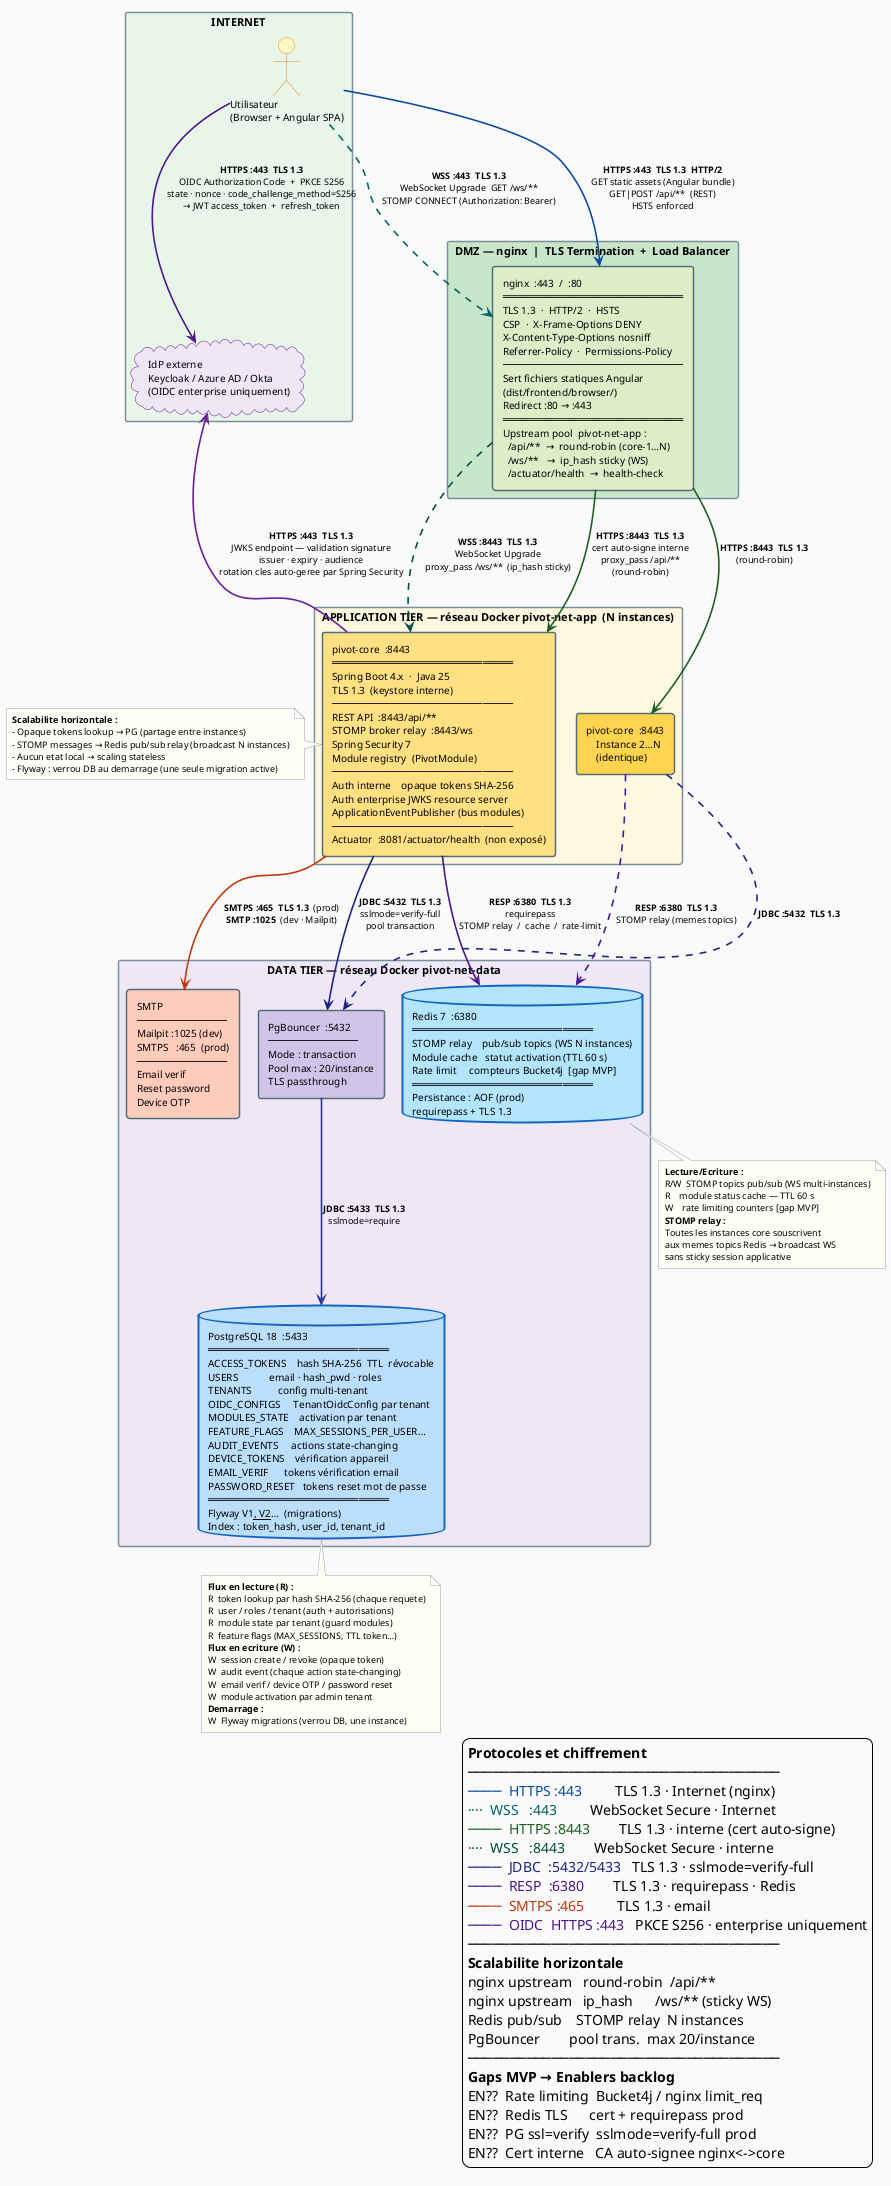
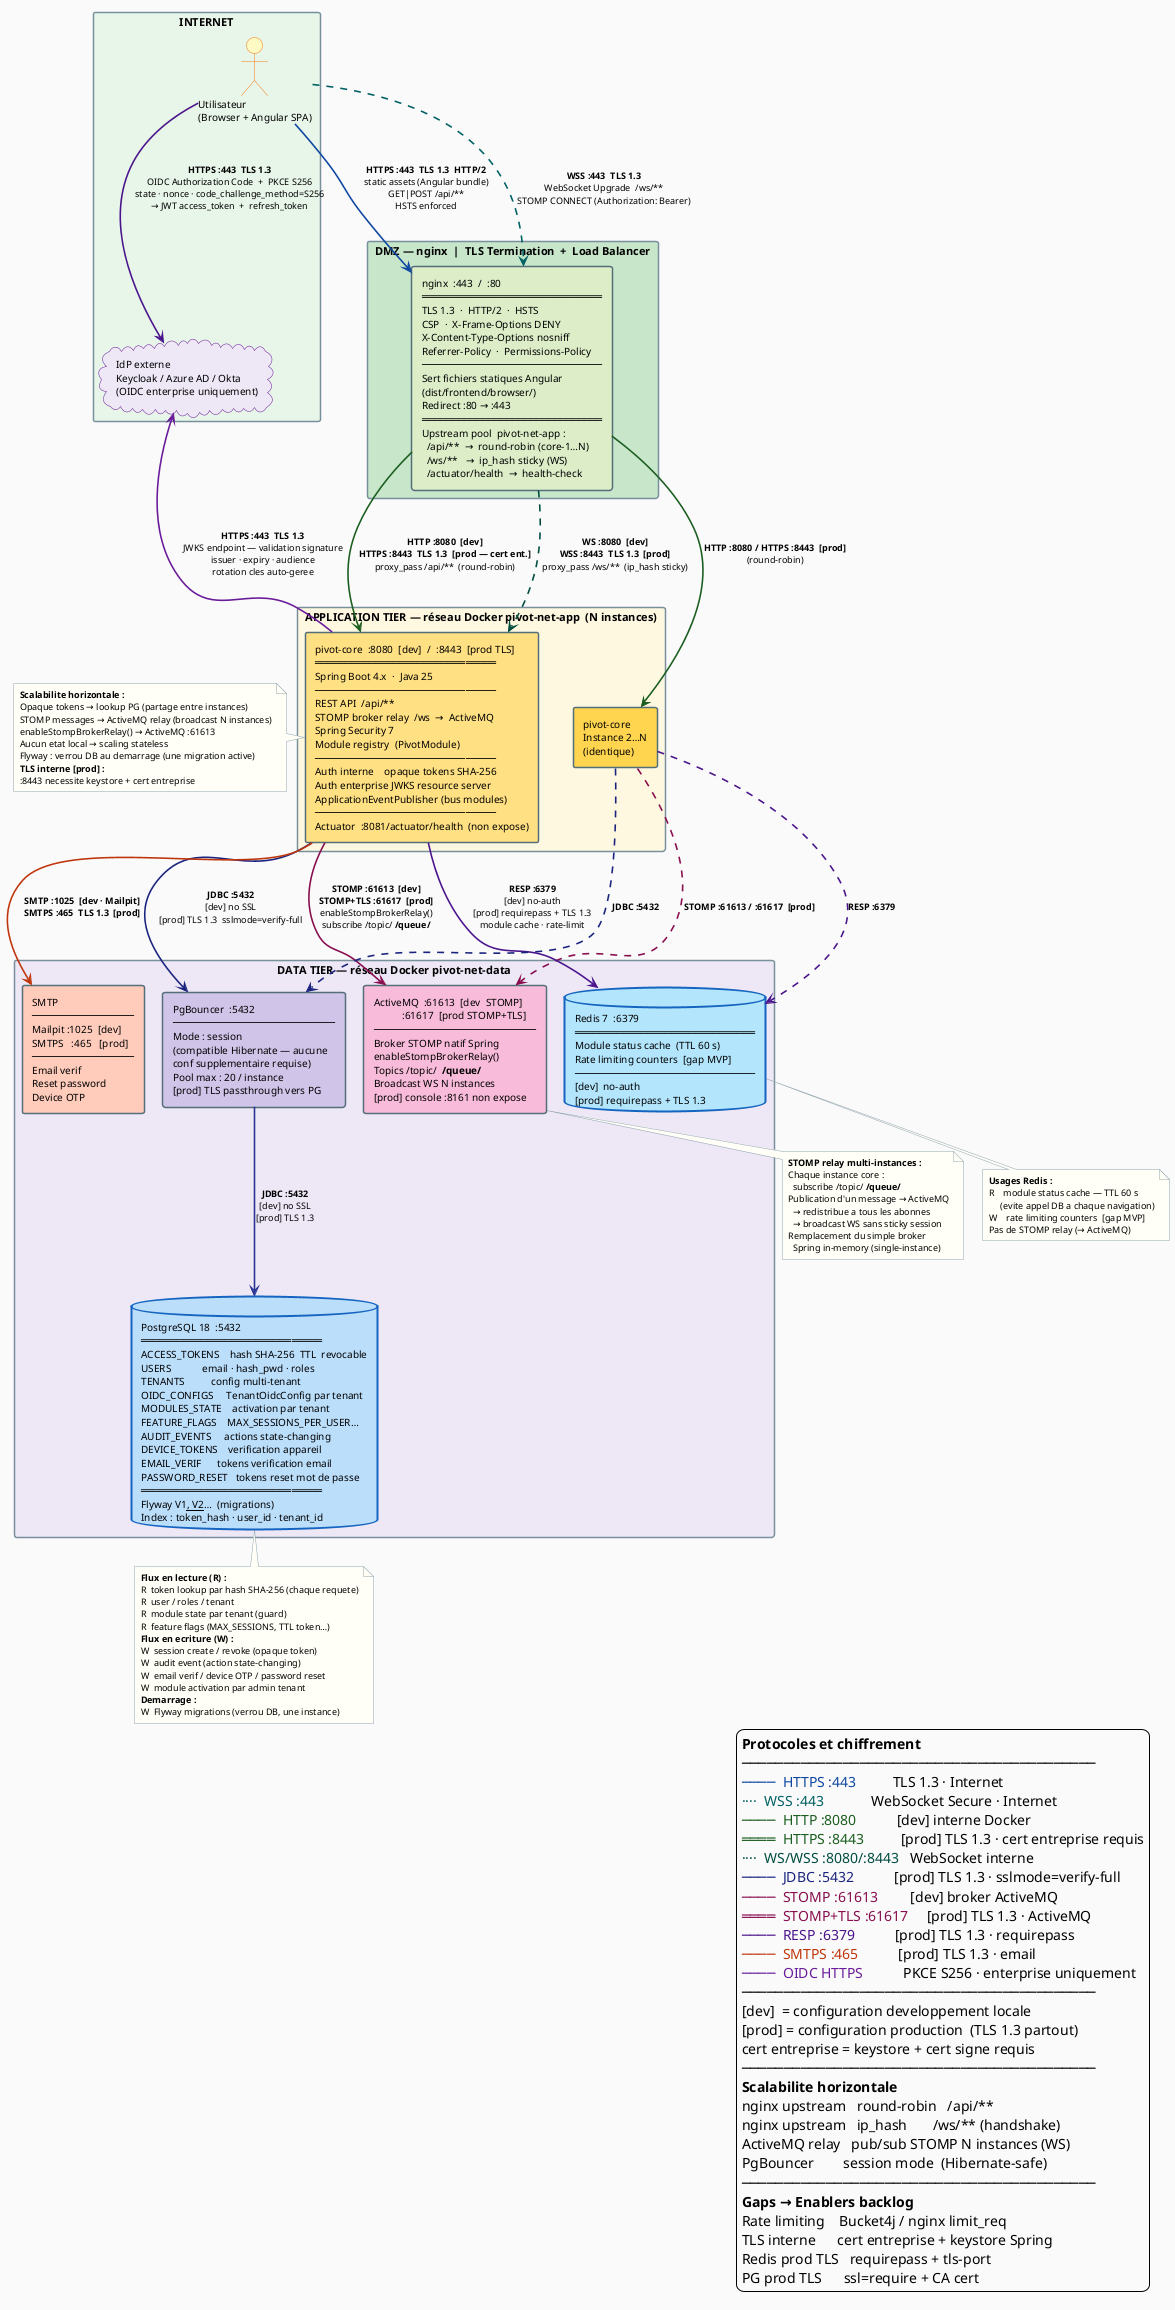
@startuml PIVOT Platform Architecture Enterprise
!pragma layout smetana

skinparam backgroundColor #FAFAFA
skinparam defaultFontName "Arial"
skinparam defaultFontSize 10
skinparam ArrowThickness 1.6
skinparam ArrowFontSize 9
skinparam NoteBorderColor #90A4AE
skinparam NoteBackgroundColor #FFFFF8
skinparam NoteFontSize 9
skinparam componentStyle rectangle

skinparam rectangle {
  BackgroundColor #F5F5F5
  BorderColor #78909C
  BorderThickness 1.5
  FontStyle bold
  FontSize 11
}
skinparam database {
  BackgroundColor #E3F2FD
  BorderColor #1565C0
  BorderThickness 2
  FontSize 10
}
skinparam component {
  BackgroundColor #FFFFFF
  BorderColor #546E7A
  BorderThickness 1.5
  FontSize 10
}
skinparam actor {
  BackgroundColor #FFF9C4
  BorderColor #F57F17
  FontSize 10
}
skinparam cloud {
  BackgroundColor #EDE7F6
  BorderColor #6A1B9A
  FontSize 10
}

' ═══════════════════════════════════════════════
' ZONE INTERNET
' ═══════════════════════════════════════════════
rectangle "INTERNET" as zone_internet #E8F5E9 {
  actor "Utilisateur\n(Browser + Angular SPA)" as browser
  cloud "IdP externe\nKeycloak / Azure AD / Okta\n(OIDC enterprise uniquement)" as idp
}

' ═══════════════════════════════════════════════
' DMZ — nginx : TLS termination + Load Balancer
' ═══════════════════════════════════════════════
rectangle "DMZ — nginx  |  TLS Termination  +  Load Balancer" as zone_dmz #C8E6C9 {
  component "nginx  :443  /  :80\n══════════════════════════════\nTLS 1.3  ·  HTTP/2  ·  HSTS\nCSP  ·  X-Frame-Options DENY\nX-Content-Type-Options nosniff\nReferrer-Policy  ·  Permissions-Policy\n──────────────────────────────\nSert fichiers statiques Angular\n(dist/frontend/browser/)\nRedirect :80 → :443\n══════════════════════════════\nUpstream pool  pivot-net-app :\n  /api/**  →  round-robin (core-1…N)\n  /ws/**   →  ip_hash sticky (WS)\n  /actuator/health  →  health-check" as nginx #DCEDC8
}

' ═══════════════════════════════════════════════
' APPLICATION TIER — N instances pivot-core
' ═══════════════════════════════════════════════
rectangle "APPLICATION TIER — réseau Docker pivot-net-app  (N instances)" as zone_app #FFF8E1 {

-   component "pivot-core  :8443\n══════════════════════════════\nSpring Boot 4.x  ·  Java 25\nTLS 1.3  (keystore interne)\n──────────────────────────────\nREST API  :8443/api/**\nSTOMP broker relay  :8443/ws\nSpring Security 7\nModule registry  (PivotModule)\n──────────────────────────────\nAuth interne    opaque tokens SHA-256\nAuth enterprise JWKS resource server\nApplicationEventPublisher (bus modules)\n──────────────────────────────\nActuator  :8081/actuator/health  (non exposé)" as core #FFE082
- 
-   component "pivot-core  :8443\n    Instance 2…N\n    (identique)" as coreN #FFD54F
+   component "pivot-core  :8080  [dev]  /  :8443  [prod TLS]\n══════════════════════════════\nSpring Boot 4.x  ·  Java 25\n──────────────────────────────\nREST API  /api/**\nSTOMP broker relay  /ws  →  ActiveMQ\nSpring Security 7\nModule registry  (PivotModule)\n──────────────────────────────\nAuth interne    opaque tokens SHA-256\nAuth enterprise JWKS resource server\nApplicationEventPublisher (bus modules)\n──────────────────────────────\nActuator  :8081/actuator/health  (non expose)" as core #FFE082
+ 
+   component "pivot-core\nInstance 2…N\n(identique)" as coreN #FFD54F

}

note right of core
  <b>Scalabilite horizontale :</b>
-   - Opaque tokens lookup → PG (partage entre instances)
-   - STOMP messages → Redis pub/sub relay (broadcast N instances)
-   - Aucun etat local → scaling stateless
-   - Flyway : verrou DB au demarrage (une seule migration active)
+   Opaque tokens → lookup PG (partage entre instances)
+   STOMP messages → ActiveMQ relay (broadcast N instances)
+   enableStompBrokerRelay() → ActiveMQ :61613
+   Aucun etat local → scaling stateless
+   Flyway : verrou DB au demarrage (une migration active)
+   <b>TLS interne [prod] :</b>
+   :8443 necessite keystore + cert entreprise
end note

' ═══════════════════════════════════════════════
' DATA TIER
' ═══════════════════════════════════════════════
rectangle "DATA TIER — réseau Docker pivot-net-data" as zone_data #EDE7F6 {

-   component "PgBouncer  :5432\n───────────────\nMode : transaction\nPool max : 20/instance\nTLS passthrough" as pgb #D1C4E9
- 
-   database "PostgreSQL 18  :5433\n══════════════════════════════\nACCESS_TOKENS    hash SHA-256  TTL  révocable\nUSERS            email · hash_pwd · roles\nTENANTS          config multi-tenant\nOIDC_CONFIGS     TenantOidcConfig par tenant\nMODULES_STATE    activation par tenant\nFEATURE_FLAGS    MAX_SESSIONS_PER_USER…\nAUDIT_EVENTS     actions state-changing\nDEVICE_TOKENS    vérification appareil\nEMAIL_VERIF      tokens vérification email\nPASSWORD_RESET   tokens reset mot de passe\n══════════════════════════════\nFlyway V1__, V2__…  (migrations)\nIndex : token_hash, user_id, tenant_id" as postgres #BBDEFB
- 
-   database "Redis 7  :6380\n══════════════════════════════\nSTOMP relay    pub/sub topics (WS N instances)\nModule cache   statut activation (TTL 60 s)\nRate limit     compteurs Bucket4j  [gap MVP]\n══════════════════════════════\nPersistance : AOF (prod)\nrequirepass + TLS 1.3" as redis #B3E5FC
- 
-   component "SMTP\n───────────────\nMailpit :1025 (dev)\nSMTPS   :465  (prod)\n───────────────\nEmail verif\nReset password\nDevice OTP" as smtp #FFCCBC
+   component "PgBouncer  :5432\n───────────────────────────\nMode : session\n(compatible Hibernate — aucune\nconf supplementaire requise)\nPool max : 20 / instance\n[prod] TLS passthrough vers PG" as pgb #D1C4E9
+ 
+   database "PostgreSQL 18  :5432\n══════════════════════════════\nACCESS_TOKENS    hash SHA-256  TTL  revocable\nUSERS            email · hash_pwd · roles\nTENANTS          config multi-tenant\nOIDC_CONFIGS     TenantOidcConfig par tenant\nMODULES_STATE    activation par tenant\nFEATURE_FLAGS    MAX_SESSIONS_PER_USER…\nAUDIT_EVENTS     actions state-changing\nDEVICE_TOKENS    verification appareil\nEMAIL_VERIF      tokens verification email\nPASSWORD_RESET   tokens reset mot de passe\n══════════════════════════════\nFlyway V1__, V2__…  (migrations)\nIndex : token_hash · user_id · tenant_id" as postgres #BBDEFB
+ 
+   database "Redis 7  :6379\n══════════════════════════════\nModule status cache  (TTL 60 s)\nRate limiting counters  [gap MVP]\n──────────────────────────────\n[dev]  no-auth\n[prod] requirepass + TLS 1.3" as redis #B3E5FC
+ 
+   component "ActiveMQ  :61613  [dev  STOMP]\n           :61617  [prod STOMP+TLS]\n───────────────────────────\nBroker STOMP natif Spring\nenableStompBrokerRelay()\nTopics /topic/**  /queue/**\nBroadcast WS N instances\n[prod] console :8161 non expose" as activemq #F8BBD9
+ 
+   component "SMTP\n─────────────────\nMailpit :1025  [dev]\nSMTPS   :465   [prod]\n─────────────────\nEmail verif\nReset password\nDevice OTP" as smtp #FFCCBC

}

' ═══════════════════════════════════════════════
' FLUX : Internet → DMZ
' ═══════════════════════════════════════════════
- browser -[#0D47A1]--> nginx : <b>HTTPS :443  TLS 1.3  HTTP/2</b>\nGET static assets (Angular bundle)\nGET|POST /api/**  (REST)\nHSTS enforced
- browser -[#006064]..> nginx : <b>WSS :443  TLS 1.3</b>\nWebSocket Upgrade  GET /ws/**\nSTOMP CONNECT (Authorization: Bearer)
- 
- ' ═══════════════════════════════════════════════
- ' FLUX : DMZ → Application (TLS interne)
- ' ═══════════════════════════════════════════════
- nginx -[#1B5E20]--> core : <b>HTTPS :8443  TLS 1.3</b>\ncert auto-signe interne\nproxy_pass /api/**\n(round-robin)
- nginx -[#1B5E20]--> coreN : <b>HTTPS :8443  TLS 1.3</b>\n(round-robin)
- nginx -[#004D40]..> core : <b>WSS :8443  TLS 1.3</b>\nWebSocket Upgrade\nproxy_pass /ws/**  (ip_hash sticky)
+ browser -[#0D47A1]--> nginx : <b>HTTPS :443  TLS 1.3  HTTP/2</b>\nstatic assets (Angular bundle)\nGET|POST /api/**\nHSTS enforced
+ browser -[#006064]..> nginx : <b>WSS :443  TLS 1.3</b>\nWebSocket Upgrade  /ws/**\nSTOMP CONNECT (Authorization: Bearer)
+ 
+ ' ═══════════════════════════════════════════════
+ ' FLUX : DMZ → Application
+ ' ═══════════════════════════════════════════════
+ nginx -[#1B5E20]--> core : <b>HTTP :8080  [dev]</b>\n<b>HTTPS :8443  TLS 1.3  [prod — cert ent.]</b>\nproxy_pass /api/**  (round-robin)
+ nginx -[#1B5E20]--> coreN : <b>HTTP :8080 / HTTPS :8443  [prod]</b>\n(round-robin)
+ nginx -[#004D40]..> core : <b>WS :8080  [dev]</b>\n<b>WSS :8443  TLS 1.3  [prod]</b>\nproxy_pass /ws/**  (ip_hash sticky)

' ═══════════════════════════════════════════════
' FLUX : Application → Data
' ═══════════════════════════════════════════════
- core -[#1A237E]--> pgb : <b>JDBC :5432  TLS 1.3</b>\nsslmode=verify-full\npool transaction
- pgb -[#283593]--> postgres : <b>JDBC :5433  TLS 1.3</b>\nsslmode=require
- 
- core -[#4A148C]--> redis : <b>RESP :6380  TLS 1.3</b>\nrequirepass\nSTOMP relay  /  cache  /  rate-limit
- 
- core -[#BF360C]--> smtp : <b>SMTPS :465  TLS 1.3</b>  (prod)\n<b>SMTP :1025</b>  (dev · Mailpit)
- 
- coreN -[#1A237E]..> pgb : <b>JDBC :5432  TLS 1.3</b>
- coreN -[#4A148C]..> redis : <b>RESP :6380  TLS 1.3</b>\nSTOMP relay (memes topics)
+ core -[#1A237E]--> pgb : <b>JDBC :5432</b>\n[dev] no SSL\n[prod] TLS 1.3  sslmode=verify-full
+ pgb -[#283593]--> postgres : <b>JDBC :5432</b>\n[dev] no SSL\n[prod] TLS 1.3
+ 
+ core -[#880E4F]--> activemq : <b>STOMP :61613  [dev]</b>\n<b>STOMP+TLS :61617  [prod]</b>\nenableStompBrokerRelay()\nsubscribe /topic/** /queue/**
+ coreN -[#880E4F]..> activemq : <b>STOMP :61613 / :61617  [prod]</b>
+ 
+ core -[#4A148C]--> redis : <b>RESP :6379</b>\n[dev] no-auth\n[prod] requirepass + TLS 1.3\nmodule cache · rate-limit
+ 
+ core -[#BF360C]--> smtp : <b>SMTP :1025  [dev · Mailpit]</b>\n<b>SMTPS :465  TLS 1.3  [prod]</b>
+ 
+ coreN -[#1A237E]..> pgb : <b>JDBC :5432</b>
+ coreN -[#4A148C]..> redis : <b>RESP :6379</b>

' ═══════════════════════════════════════════════
' FLUX : OIDC enterprise (IdP externe)
' ═══════════════════════════════════════════════
browser -[#4A148C]--> idp : <b>HTTPS :443  TLS 1.3</b>\nOIDC Authorization Code  +  PKCE S256\nstate · nonce · code_challenge_method=S256\n→ JWT access_token  +  refresh_token
- core -[#6A1B9A]--> idp : <b>HTTPS :443  TLS 1.3</b>\nJWKS endpoint — validation signature\nissuer · expiry · audience\nrotation cles auto-geree par Spring Security
+ core -[#6A1B9A]--> idp : <b>HTTPS :443  TLS 1.3</b>\nJWKS endpoint — validation signature\nissuer · expiry · audience\nrotation cles auto-geree

' ═══════════════════════════════════════════════
' NOTES FLUX DETAILLES
' ═══════════════════════════════════════════════
note bottom of postgres
  <b>Flux en lecture (R) :</b>
  R  token lookup par hash SHA-256 (chaque requete)
-   R  user / roles / tenant (auth + autorisations)
-   R  module state par tenant (guard modules)
+   R  user / roles / tenant
+   R  module state par tenant (guard)
  R  feature flags (MAX_SESSIONS, TTL token…)
  <b>Flux en ecriture (W) :</b>
  W  session create / revoke (opaque token)
-   W  audit event (chaque action state-changing)
+   W  audit event (action state-changing)
  W  email verif / device OTP / password reset
  W  module activation par admin tenant
  <b>Demarrage :</b>
  W  Flyway migrations (verrou DB, une instance)
end note

+ note bottom of activemq
+   <b>STOMP relay multi-instances :</b>
+   Chaque instance core :
+     subscribe /topic/** /queue/**
+   Publication d'un message → ActiveMQ
+     → redistribue a tous les abonnes
+     → broadcast WS sans sticky session
+   Remplacement du simple broker
+     Spring in-memory (single-instance)
+ end note
+ 
note bottom of redis
-   <b>Lecture/Ecriture :</b>
-   R/W  STOMP topics pub/sub (WS multi-instances)
+   <b>Usages Redis :</b>
  R    module status cache — TTL 60 s
-   W    rate limiting counters [gap MVP]
-   <b>STOMP relay :</b>
-   Toutes les instances core souscrivent
-   aux memes topics Redis → broadcast WS
-   sans sticky session applicative
+        (evite appel DB a chaque navigation)
+   W    rate limiting counters  [gap MVP]
+   Pas de STOMP relay (→ ActiveMQ)
end note

' ═══════════════════════════════════════════════
' LEGENDE
' ═══════════════════════════════════════════════
legend right
  <b>Protocoles et chiffrement</b>
-   ─────────────────────────────────────
-   <color:#0D47A1>────  HTTPS :443</color>         TLS 1.3 · Internet (nginx)
-   <color:#006064>····  WSS   :443</color>         WebSocket Secure · Internet
-   <color:#1B5E20>────  HTTPS :8443</color>        TLS 1.3 · interne (cert auto-signe)
-   <color:#004D40>····  WSS   :8443</color>        WebSocket Secure · interne
-   <color:#1A237E>────  JDBC  :5432/5433</color>   TLS 1.3 · sslmode=verify-full
-   <color:#4A148C>────  RESP  :6380</color>        TLS 1.3 · requirepass · Redis
-   <color:#BF360C>────  SMTPS :465</color>         TLS 1.3 · email
-   <color:#4A148C>────  OIDC  HTTPS :443</color>   PKCE S256 · enterprise uniquement
-   ─────────────────────────────────────
+   ──────────────────────────────────────────
+   <color:#0D47A1>────  HTTPS :443</color>          TLS 1.3 · Internet
+   <color:#006064>····  WSS :443</color>             WebSocket Secure · Internet
+   <color:#1B5E20>────  HTTP :8080</color>           [dev] interne Docker
+   <color:#1B5E20>════  HTTPS :8443</color>          [prod] TLS 1.3 · cert entreprise requis
+   <color:#004D40>····  WS/WSS :8080/:8443</color>   WebSocket interne
+   <color:#1A237E>────  JDBC :5432</color>           [prod] TLS 1.3 · sslmode=verify-full
+   <color:#880E4F>────  STOMP :61613</color>         [dev] broker ActiveMQ
+   <color:#880E4F>════  STOMP+TLS :61617</color>     [prod] TLS 1.3 · ActiveMQ
+   <color:#4A148C>────  RESP :6379</color>           [prod] TLS 1.3 · requirepass
+   <color:#BF360C>────  SMTPS :465</color>           [prod] TLS 1.3 · email
+   <color:#6A1B9A>────  OIDC HTTPS</color>           PKCE S256 · enterprise uniquement
+   ──────────────────────────────────────────
+   [dev]  = configuration developpement locale
+   [prod] = configuration production  (TLS 1.3 partout)
+   cert entreprise = keystore + cert signe requis
+   ──────────────────────────────────────────
  <b>Scalabilite horizontale</b>
-   nginx upstream   round-robin  /api/**
-   nginx upstream   ip_hash      /ws/** (sticky WS)
-   Redis pub/sub    STOMP relay  N instances
-   PgBouncer        pool trans.  max 20/instance
-   ─────────────────────────────────────
-   <b>Gaps MVP → Enablers backlog</b>
-   EN??  Rate limiting  Bucket4j / nginx limit_req
-   EN??  Redis TLS      cert + requirepass prod
-   EN??  PG ssl=verify  sslmode=verify-full prod
-   EN??  Cert interne   CA auto-signee nginx<->core
+   nginx upstream   round-robin   /api/**
+   nginx upstream   ip_hash       /ws/** (handshake)
+   ActiveMQ relay   pub/sub STOMP N instances (WS)
+   PgBouncer        session mode  (Hibernate-safe)
+   ──────────────────────────────────────────
+   <b>Gaps → Enablers backlog</b>
+   Rate limiting    Bucket4j / nginx limit_req
+   TLS interne      cert entreprise + keystore Spring
+   Redis prod TLS   requirepass + tls-port
+   PG prod TLS      ssl=require + CA cert
endlegend

@enduml
